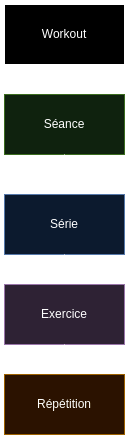
Before: ressources/entites.png, a diagram exported from draw.io (Pismice/PDG-GRP5). Source tidied: cells renumbered, new cells last; positions are measured from the earlier drawing's top-left corner, leaving out a move shared by most shapes.
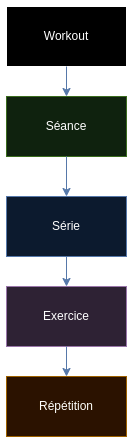
The same file after the commit.

Commit message:
changement image pour voir les fleches

What changed in the source:
```diff
@@ -20,17 +20,19 @@
     <mxCell id="7" value="Répétition" style="rounded=0;whiteSpace=wrap;html=1;fillColor=#ffe6cc;strokeColor=#d79b00;" parent="1" vertex="1">
       <mxGeometry y="370" width="120" height="60" as="geometry" />
     </mxCell>
-    <mxCell id="8" style="endArrow=classic;html=1;rounded=0;exitX=0.5;exitY=1;exitDx=0;exitDy=0;entryX=0.5;entryY=0;entryDx=0;entryDy=0;" parent="1" edge="1" source="2" target="4">
-      <mxGeometry relative="1" as="geometry" />
-    </mxCell>
-    <mxCell id="9" style="endArrow=classic;html=1;rounded=0;exitX=0.5;exitY=1;exitDx=0;exitDy=0;entryX=0.5;entryY=0;entryDx=0;entryDy=0;" parent="1" edge="1" source="4" target="6">
+    <mxCell id="9" style="endArrow=classic;html=1;rounded=0;exitX=0.5;exitY=1;exitDx=0;exitDy=0;entryX=0.5;entryY=0;entryDx=0;entryDy=0;fillColor=#dae8fc;strokeColor=#6c8ebf;" parent="1" edge="1" source="4" target="6">
       <mxGeometry relative="1" as="geometry" />
     </mxCell>
-    <mxCell id="10" style="endArrow=classic;html=1;rounded=0;exitX=0.5;exitY=1;exitDx=0;exitDy=0;entryX=0.5;entryY=0;entryDx=0;entryDy=0;" parent="1" edge="1" source="6" target="5">
+    <mxCell id="10" style="endArrow=classic;html=1;rounded=0;exitX=0.5;exitY=1;exitDx=0;exitDy=0;entryX=0.5;entryY=0;entryDx=0;entryDy=0;fillColor=#dae8fc;strokeColor=#6c8ebf;" parent="1" edge="1" source="6" target="5">
       <mxGeometry relative="1" as="geometry" />
     </mxCell>
-    <mxCell id="11" style="endArrow=classic;html=1;rounded=0;exitX=0.5;exitY=1;exitDx=0;exitDy=0;entryX=0.5;entryY=0;entryDx=0;entryDy=0;" parent="1" edge="1" source="5" target="7">
+    <mxCell id="11" style="endArrow=classic;html=1;rounded=0;exitX=0.5;exitY=1;exitDx=0;exitDy=0;entryX=0.5;entryY=0;entryDx=0;entryDy=0;fillColor=#dae8fc;strokeColor=#6c8ebf;" parent="1" edge="1" source="5" target="7">
       <mxGeometry relative="1" as="geometry" />
     </mxCell>
+    <mxCell id="12" style="endArrow=classic;html=1;rounded=0;exitX=0.5;exitY=1;exitDx=0;exitDy=0;fillColor=#dae8fc;strokeColor=#6c8ebf;" parent="1" edge="1" source="2">
+      <mxGeometry relative="1" as="geometry">
+        <mxPoint x="60" y="90" as="targetPoint" />
+      </mxGeometry>
+    </mxCell>
   </root>
 </mxGraphModel>
```
